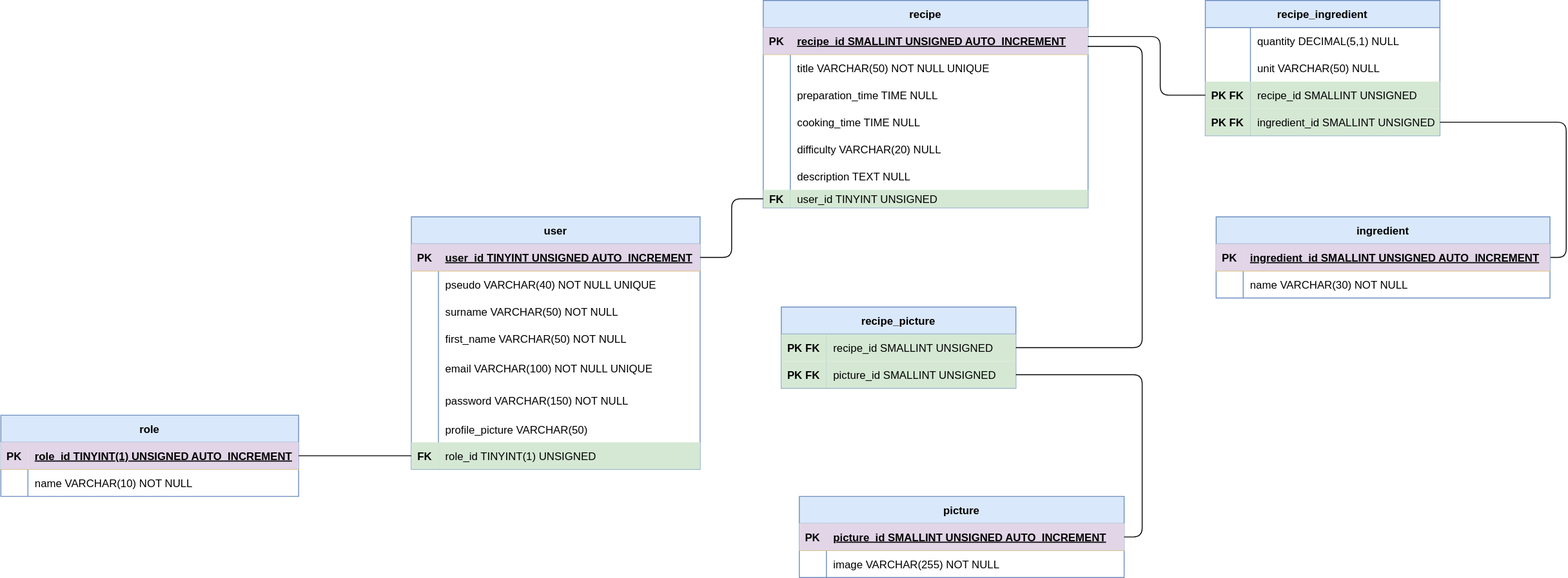
TigerSnowy/le_reseau_des_gourmets keeps this draw.io diagram as code/server/merise/MPD_le_reseau_des_gourmets.drawio.svg. Above is the earlier version. Source tidied: cells renumbered, new cells last; positions are measured from the earlier drawing's top-left corner, leaving out a move shared by most shapes.
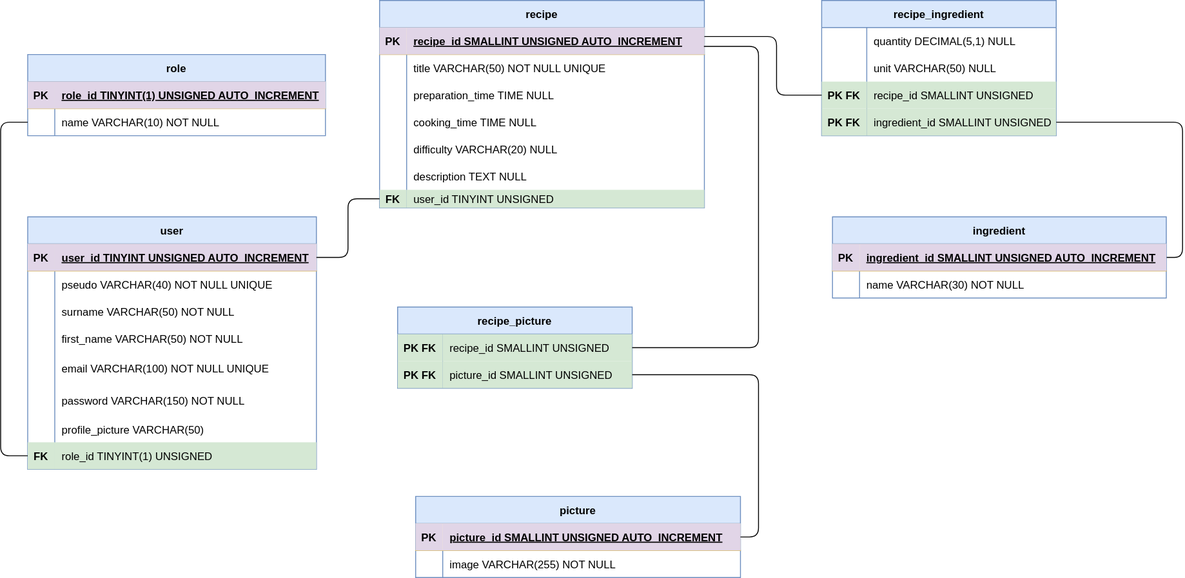
Later version of the same file.

Diff of the diagram source:
```diff
@@ -147,7 +147,7 @@
       <mxGeometry relative="1" as="geometry" />
     </mxCell>
     <mxCell id="50" value="role" style="shape=table;startSize=30;rowLines=0;fontStyle=1;align=center;swimlaneFillColor=default;fillColor=#dae8fc;strokeColor=#6c8ebf;" parent="1" vertex="1">
-      <mxGeometry y="460" width="330" height="90" as="geometry" />
+      <mxGeometry x="455" y="60" width="330" height="90" as="geometry" />
     </mxCell>
     <mxCell id="51" style="shape=tableRow;horizontal=0;startSize=0;swimlaneHead=0;swimlaneBody=0;fillColor=#fff2cc;points=[[0,0.5],[1,0.5]];portConstraint=eastwest;top=0;left=0;right=0;bottom=1;strokeColor=#d6b656;" parent="50" vertex="1">
       <mxGeometry y="30" width="330" height="30" as="geometry" />
@@ -167,8 +167,13 @@
     <mxCell id="56" value="name VARCHAR(10) NOT NULL" style="shape=partialRectangle;fillColor=none;top=0;left=0;bottom=0;right=0;align=left;spacingLeft=6;overflow=hidden;" parent="54" vertex="1">
       <mxGeometry x="30" width="300" height="30" as="geometry" />
     </mxCell>
-    <mxCell id="57" style="edgeStyle=orthogonalEdgeStyle;html=1;entryX=0;entryY=0.5;entryDx=0;entryDy=0;endArrow=none;endFill=0;exitX=1;exitY=0.5;exitDx=0;exitDy=0;" parent="1" edge="1" source="51" target="24">
-      <mxGeometry relative="1" as="geometry" />
+    <mxCell id="57" style="edgeStyle=orthogonalEdgeStyle;html=1;entryX=0;entryY=0.5;entryDx=0;entryDy=0;endArrow=none;endFill=0;exitX=0;exitY=0.5;exitDx=0;exitDy=0;" parent="1" edge="1" source="54" target="24">
+      <mxGeometry relative="1" as="geometry">
+        <Array as="points">
+          <mxPoint x="425" y="135" />
+          <mxPoint x="425" y="505" />
+        </Array>
+      </mxGeometry>
     </mxCell>
     <mxCell id="58" value="picture" style="shape=table;startSize=30;rowLines=0;fontStyle=1;align=center;swimlaneFillColor=default;fillColor=#dae8fc;strokeColor=#6c8ebf;" parent="1" vertex="1">
       <mxGeometry x="885" y="550" width="360" height="90" as="geometry" />
```
